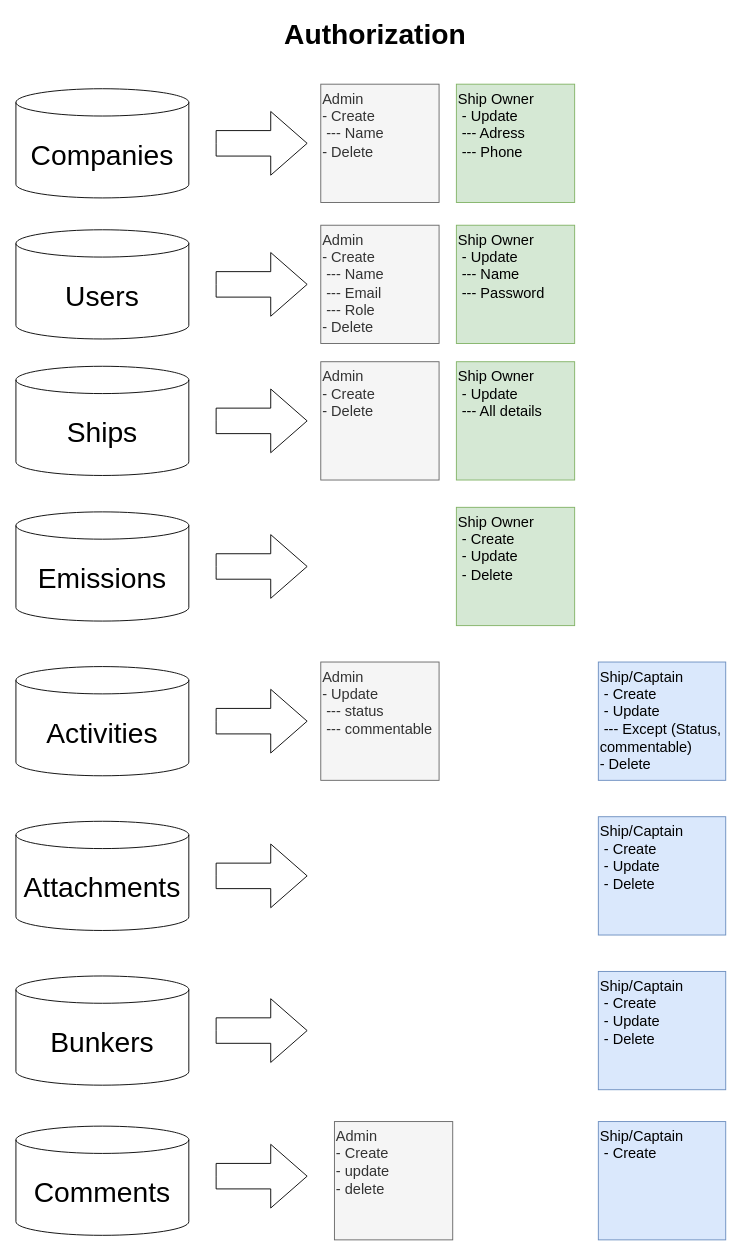
dagistan-tuncbilek/tasarimlar keeps this draw.io diagram as page "Page-5" (4 of 5) of mrvtool.drawio. Above is the earlier version. Source tidied: cells renumbered, new cells numbered last; positions are measured from the earlier drawing's top-left corner, leaving out a move shared by most shapes. Both pictures are drawn from the tidied source at 91%, with x=0, y=0 at pixel (15, 15).
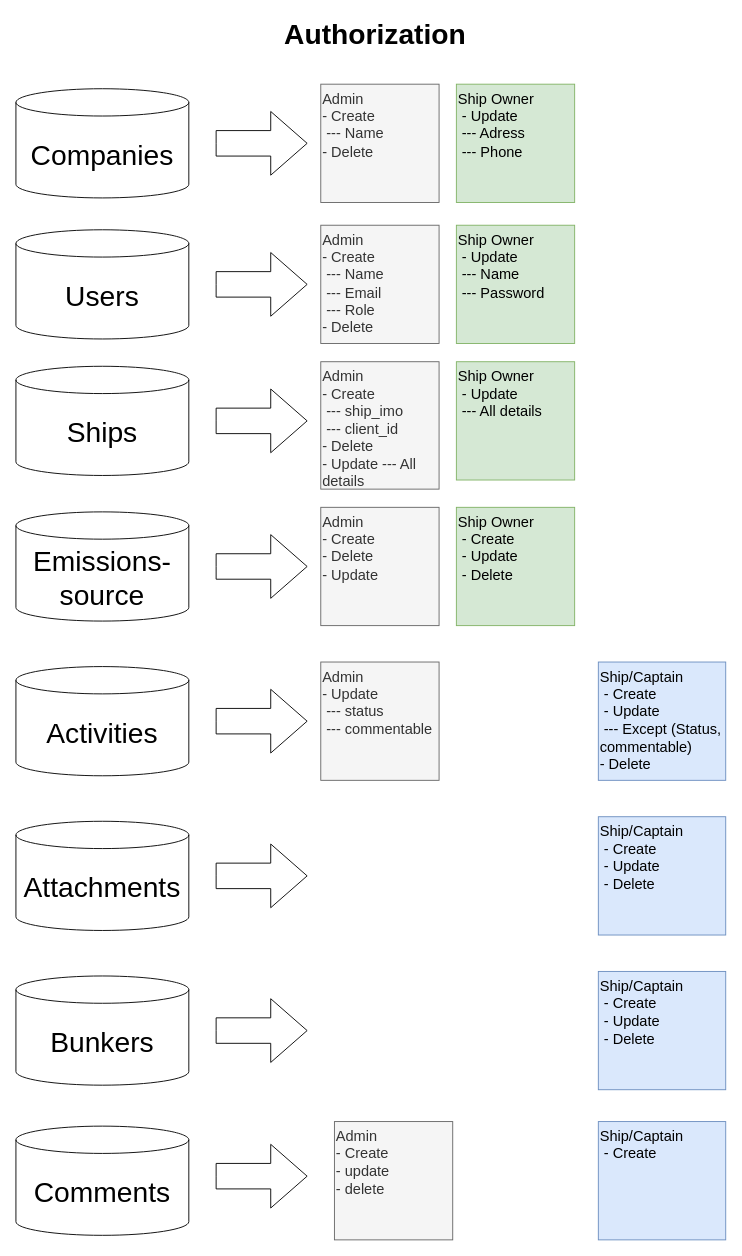
Above is the later version.

The edit, as a diff of the source:
```diff
@@
-    <mxCell id="13" value="&lt;div&gt;Admin&lt;/div&gt;&lt;div&gt;- Create &lt;br&gt;&lt;/div&gt;&lt;div&gt;- Delete&lt;br&gt;&lt;/div&gt;" style="rounded=0;whiteSpace=wrap;html=1;fontSize=16;align=left;verticalAlign=top;fillColor=#f5f5f5;strokeColor=#666666;fontColor=#333333;" parent="1" vertex="1">
-      <mxGeometry x="335" y="380" width="130" height="130" as="geometry" />
+    <mxCell id="13" value="&lt;div&gt;Admin&lt;/div&gt;&lt;div&gt;- Create&lt;/div&gt;&lt;div&gt;&amp;nbsp;--- ship_imo&lt;/div&gt;&lt;div&gt;&amp;nbsp;--- client_id&lt;/div&gt;&lt;div&gt;- Delete&lt;br&gt;&lt;/div&gt;&lt;div&gt;- Update&amp;nbsp;--- All details&lt;/div&gt;" style="rounded=0;whiteSpace=wrap;html=1;fontSize=16;align=left;verticalAlign=top;fillColor=#f5f5f5;strokeColor=#666666;fontColor=#333333;" parent="1" vertex="1">
+      <mxGeometry x="335" y="380" width="130" height="140" as="geometry" />
     </mxCell>
@@
-    <mxCell id="15" value="Emissions" style="shape=cylinder3;whiteSpace=wrap;html=1;boundedLbl=1;backgroundOutline=1;size=15;fontSize=31;" parent="1" vertex="1">
+    <mxCell id="15" value="Emissions-source" style="shape=cylinder3;whiteSpace=wrap;html=1;boundedLbl=1;backgroundOutline=1;size=15;fontSize=31;" parent="1" vertex="1">
       <mxGeometry y="545" width="190" height="120" as="geometry" />
     </mxCell>
@@
+    <mxCell id="32" value="&lt;div&gt;Admin&lt;/div&gt;&lt;div&gt;- Create &lt;br&gt;&lt;/div&gt;&lt;div&gt;- Delete&lt;br&gt;&lt;/div&gt;&lt;div&gt;- Update&lt;br&gt;&lt;/div&gt;" style="rounded=0;whiteSpace=wrap;html=1;fontSize=16;align=left;verticalAlign=top;fillColor=#f5f5f5;strokeColor=#666666;fontColor=#333333;" parent="1" vertex="1">
+      <mxGeometry x="335" y="540" width="130" height="130" as="geometry" />
+    </mxCell>
```
